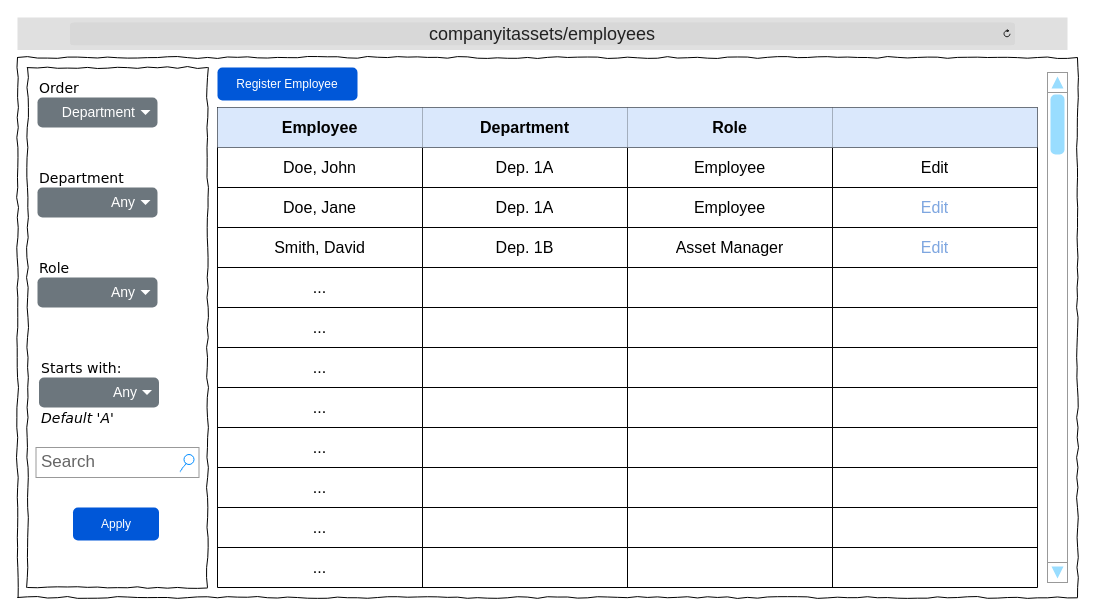
This is Wireframes/ITAT_EmployeeSelect.drawio from TRed91/ITAssetTracking, a draw.io file, before an edit. Source tidied: cells renumbered, new cells numbered last; positions are measured from the earlier drawing's top-left corner, leaving out a move shared by most shapes. Both pictures are drawn from the tidied source at 100%, with x=0, y=0 at pixel (17, 17).
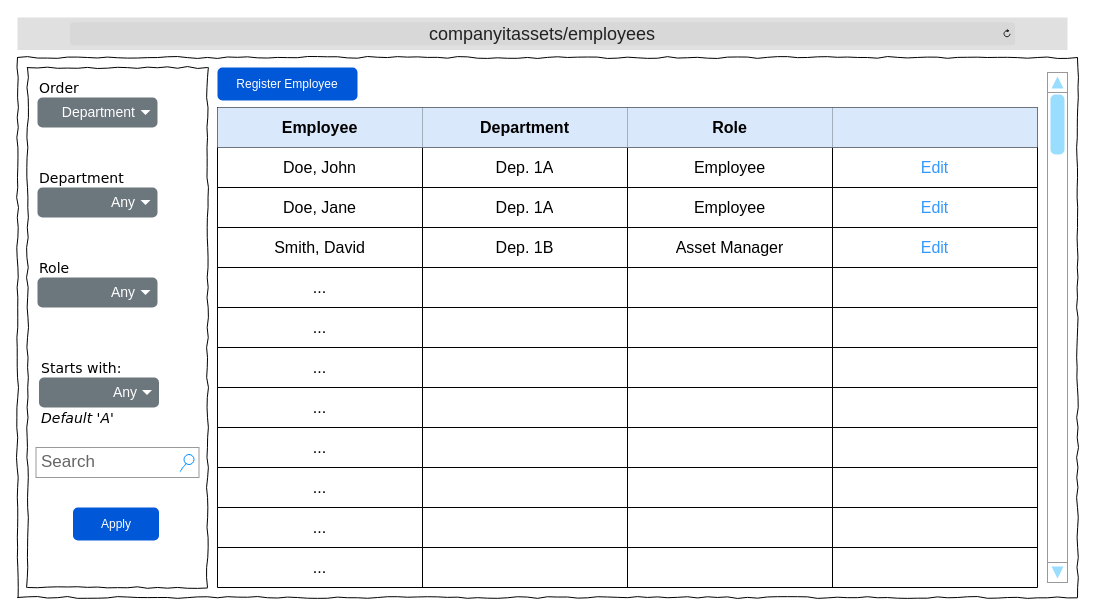
The same diagram, later.

Unchanged cells that the change refers to:
```xml
<mxCell id="20" style="shape=tableRow;horizontal=0;startSize=0;swimlaneHead=0;swimlaneBody=0;strokeColor=inherit;top=0;left=0;bottom=0;right=0;fillColor=none;fontSize=16;" parent="14" vertex="1">
  <mxGeometry y="40" width="820" height="40" as="geometry" />
</mxCell>
<mxCell id="25" style="shape=tableRow;horizontal=0;startSize=0;swimlaneHead=0;swimlaneBody=0;strokeColor=inherit;top=0;left=0;bottom=0;right=0;fillColor=none;fontSize=16;" parent="14" vertex="1">
  <mxGeometry y="80" width="820" height="40" as="geometry" />
</mxCell>
<mxCell id="30" style="shape=tableRow;horizontal=0;startSize=0;swimlaneHead=0;swimlaneBody=0;strokeColor=inherit;top=0;left=0;bottom=0;right=0;fillColor=none;fontSize=16;" parent="14" vertex="1">
  <mxGeometry y="120" width="820" height="40" as="geometry" />
</mxCell>
```

Diff of the diagram source:
```diff
@@
-    <mxCell id="24" value="&lt;font style=&quot;color: light-dark(rgb(0, 0, 0), rgb(126, 166, 224));&quot;&gt;Edit&lt;/font&gt;" style="shape=partialRectangle;html=1;whiteSpace=wrap;strokeColor=inherit;overflow=hidden;fillColor=none;top=0;left=0;bottom=0;right=0;fontSize=16;" parent="20" vertex="1">
+    <mxCell id="24" value="&lt;font style=&quot;color: light-dark(rgb(51, 153, 255), rgb(51, 153, 255));&quot;&gt;Edit&lt;/font&gt;" style="shape=partialRectangle;html=1;whiteSpace=wrap;strokeColor=inherit;overflow=hidden;fillColor=none;top=0;left=0;bottom=0;right=0;fontSize=16;" parent="20" vertex="1">
       <mxGeometry x="615" width="205" height="40" as="geometry" />
     </mxCell>
@@
-    <mxCell id="29" value="&lt;span&gt;&lt;font style=&quot;color: light-dark(rgb(126, 166, 224), rgb(126, 166, 224));&quot;&gt;Edit&lt;/font&gt;&lt;/span&gt;" style="shape=partialRectangle;html=1;whiteSpace=wrap;strokeColor=inherit;overflow=hidden;fillColor=none;top=0;left=0;bottom=0;right=0;fontSize=16;" parent="25" vertex="1">
+    <mxCell id="29" value="&lt;span&gt;&lt;font style=&quot;color: light-dark(rgb(51, 153, 255), rgb(51, 153, 255));&quot;&gt;Edit&lt;/font&gt;&lt;/span&gt;" style="shape=partialRectangle;html=1;whiteSpace=wrap;strokeColor=inherit;overflow=hidden;fillColor=none;top=0;left=0;bottom=0;right=0;fontSize=16;" parent="25" vertex="1">
       <mxGeometry x="615" width="205" height="40" as="geometry" />
     </mxCell>
@@
-    <mxCell id="34" value="&lt;span&gt;&lt;font style=&quot;color: light-dark(rgb(126, 166, 224), rgb(126, 166, 224));&quot;&gt;Edit&lt;/font&gt;&lt;/span&gt;" style="shape=partialRectangle;html=1;whiteSpace=wrap;strokeColor=inherit;overflow=hidden;fillColor=none;top=0;left=0;bottom=0;right=0;fontSize=16;" parent="30" vertex="1">
+    <mxCell id="34" value="&lt;span&gt;&lt;font style=&quot;color: light-dark(rgb(51, 153, 255), rgb(51, 153, 255));&quot;&gt;Edit&lt;/font&gt;&lt;/span&gt;" style="shape=partialRectangle;html=1;whiteSpace=wrap;strokeColor=inherit;overflow=hidden;fillColor=none;top=0;left=0;bottom=0;right=0;fontSize=16;" parent="30" vertex="1">
       <mxGeometry x="615" width="205" height="40" as="geometry" />
     </mxCell>
```
